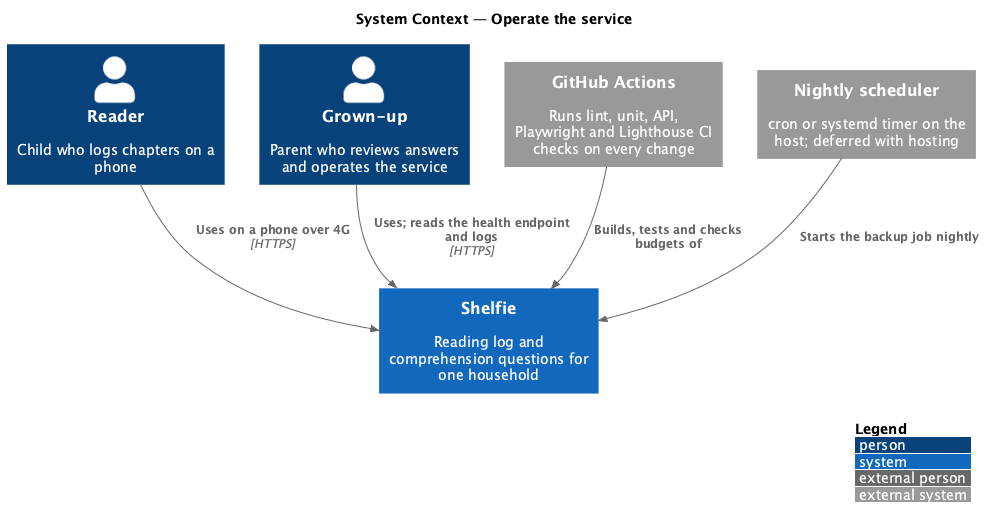
Above: docs/detailed-designs/platform/operate-service/diagrams/c4-context.png in QuinntyneBrown/shelfie (PlantUML), before the change.
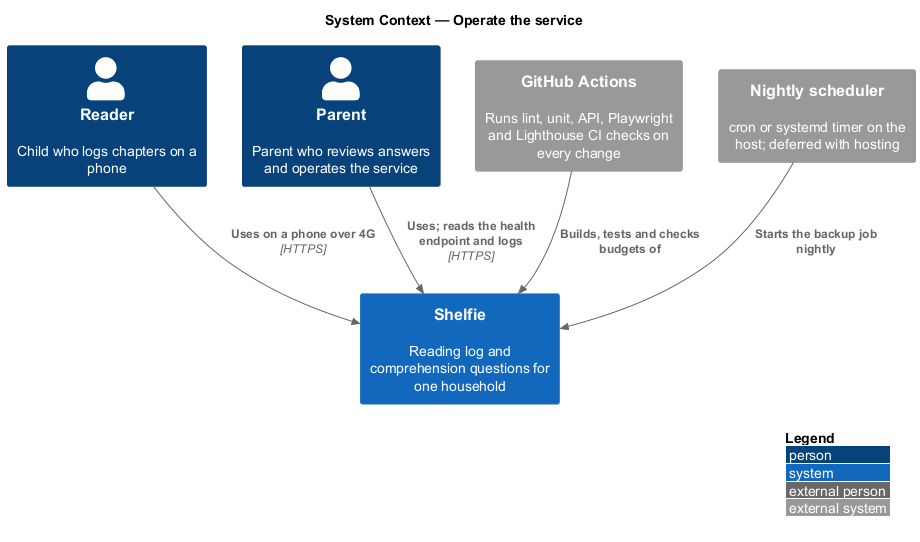
Above is the later version.

Diff of the diagram source:
```diff
@@ -4,7 +4,7 @@
 title System Context — Operate the service
 
 Person(reader, "Reader", "Child who logs chapters on a phone")
-Person(grownUp, "Grown-up", "Parent who reviews answers and operates the service")
+Person(grownUp, "Parent", "Parent who reviews answers and operates the service")
 System(shelfie, "Shelfie", "Reading log and comprehension questions for one household")
 System_Ext(ci, "GitHub Actions", "Runs lint, unit, API, Playwright and Lighthouse CI checks on every change")
 System_Ext(scheduler, "Nightly scheduler", "cron or systemd timer on the host; deferred with hosting")
```
